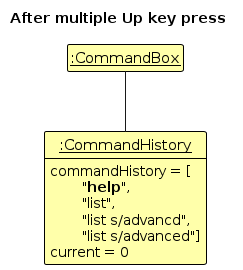
Earlier version of the PlantUML export diagrams/CommandHistoryState4.png (choppyback/tp). Its source is kept beside it as diagrams/CommandHistoryState4.puml. The source it was exported from:
```plantuml
@startuml
!include style.puml
skinparam ClassFontColor #000000
skinparam ClassBorderColor #000000
skinparam ClassBackgroundColor #FFFFAA

show member
hide empty member
title "After multiple Up key press"
Class "<u>:CommandBox" as CommandBox
Class "<u>:CommandHistory" as CommandHistory {
    commandHistory = [\n\t"<b>help</b>",\n\t"list", \n\t"list s/advancd",\n\t"list s/advanced"]
    current = 0
}
CommandBox -- CommandHistory
@enduml
```
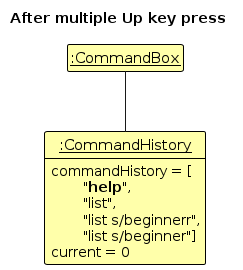
Later version of the same file.

Diff of the diagram source:
```diff
@@ -9,7 +9,7 @@
 title "After multiple Up key press"
 Class "<u>:CommandBox" as CommandBox
 Class "<u>:CommandHistory" as CommandHistory {
-    commandHistory = [\n\t"<b>help</b>",\n\t"list", \n\t"list s/advancd",\n\t"list s/advanced"]
+    commandHistory = [\n\t"<b>help</b>",\n\t"list", \n\t"list s/beginnerr",\n\t"list s/beginner"]
     current = 0
 }
 CommandBox -- CommandHistory
```
